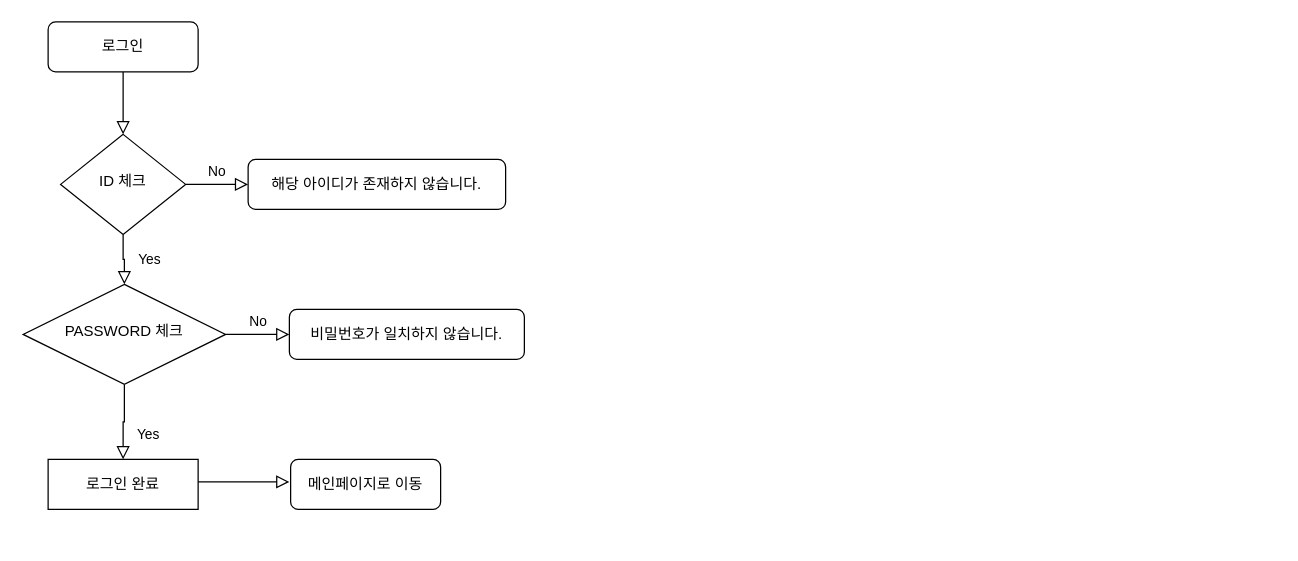
eunjun9/semiproject keeps this draw.io diagram as Diagram_minju.drawio. Above is the earlier version. Source tidied: cells renumbered, new cells numbered last; positions are measured from the earlier drawing's top-left corner, leaving out a move shared by most shapes. Both pictures are drawn from the tidied source at 125%, with x=0, y=0 at pixel (22, 21).
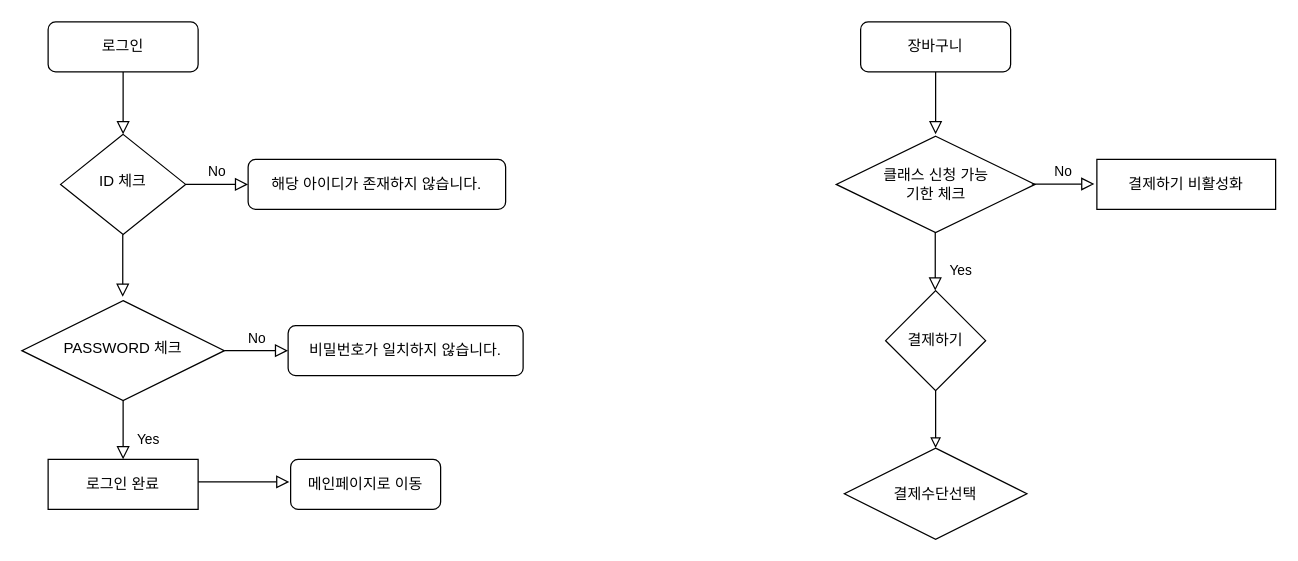
After the change.

The change refers to these unchanged cells:
```xml
<mxCell id="6" value="ID 체크" style="rhombus;whiteSpace=wrap;html=1;shadow=0;fontFamily=Helvetica;fontSize=12;align=center;strokeWidth=1;spacing=6;spacingTop=-4;" parent="1" vertex="1">
  <mxGeometry x="30" y="90" width="100" height="80" as="geometry" />
</mxCell>
```

Change to the diagram source:
```diff
@@
-    <mxCell id="4" value="Yes" style="rounded=0;html=1;jettySize=auto;fontSize=11;endArrow=block;endFill=0;endSize=8;strokeWidth=1;shadow=0;labelBackgroundColor=none;edgeStyle=orthogonalEdgeStyle;" parent="1" edge="1" source="6" target="10">
-      <mxGeometry y="20" relative="1" as="geometry" />
-    </mxCell>
@@
     <mxCell id="10" value="PASSWORD 체크" style="rhombus;whiteSpace=wrap;html=1;shadow=0;fontFamily=Helvetica;fontSize=12;align=center;strokeWidth=1;spacing=6;spacingTop=-4;" parent="1" vertex="1">
-      <mxGeometry y="210" width="162" height="80" as="geometry" />
+      <mxGeometry x="-1" y="223" width="162" height="80" as="geometry" />
     </mxCell>
@@
     <mxCell id="12" value="비밀번호가 일치하지 않습니다." style="rounded=1;whiteSpace=wrap;html=1;fontSize=12;glass=0;strokeWidth=1;shadow=0;" parent="1" vertex="1">
-      <mxGeometry x="213" y="230" width="188" height="40" as="geometry" />
+      <mxGeometry x="212" y="243" width="188" height="40" as="geometry" />
     </mxCell>
@@
+    <mxCell id="15" style="rounded=0;html=1;jettySize=auto;fontSize=11;endArrow=block;endFill=0;endSize=8;strokeWidth=1;shadow=0;labelBackgroundColor=none;edgeStyle=orthogonalEdgeStyle;" parent="1" edge="1" source="16">
+      <mxGeometry relative="1" as="geometry">
+        <mxPoint x="730" y="90" as="targetPoint" />
+      </mxGeometry>
+    </mxCell>
+    <mxCell id="16" value="장바구니" style="rounded=1;whiteSpace=wrap;html=1;fontSize=12;glass=0;strokeWidth=1;shadow=0;" parent="1" vertex="1">
+      <mxGeometry x="670" width="120" height="40" as="geometry" />
+    </mxCell>
+    <mxCell id="17" style="rounded=0;html=1;jettySize=auto;orthogonalLoop=1;fontSize=11;endArrow=block;endFill=0;endSize=8;strokeWidth=1;shadow=0;labelBackgroundColor=none;edgeStyle=orthogonalEdgeStyle;" parent="1" edge="1">
+      <mxGeometry relative="1" as="geometry">
+        <mxPoint x="79.7" y="170" as="sourcePoint" />
+        <mxPoint x="79.7" y="220" as="targetPoint" />
+      </mxGeometry>
+    </mxCell>
+    <mxCell id="4" value="Yes" style="rounded=0;html=1;jettySize=auto;orthogonalLoop=1;fontSize=11;endArrow=block;endFill=0;endSize=8;strokeWidth=1;shadow=0;labelBackgroundColor=none;edgeStyle=orthogonalEdgeStyle;" parent="1" edge="1">
+      <mxGeometry x="0.33" y="20" relative="1" as="geometry">
+        <mxPoint x="729.7" y="168" as="sourcePoint" />
+        <mxPoint x="729.7" y="215" as="targetPoint" />
+      </mxGeometry>
+    </mxCell>
+    <mxCell id="18" style="edgeStyle=orthogonalEdgeStyle;rounded=0;jettySize=auto;html=1;endArrow=block;endFill=0;" parent="1" edge="1" source="19" target="23">
+      <mxGeometry relative="1" as="geometry" />
+    </mxCell>
+    <mxCell id="19" value="결제하기" style="rhombus;whiteSpace=wrap;html=1;rounded=0;" parent="1" vertex="1">
+      <mxGeometry x="690" y="215" width="80" height="80" as="geometry" />
+    </mxCell>
+    <mxCell id="20" value="결제하기 비활성화" style="rounded=0;whiteSpace=wrap;html=1;fontSize=12;glass=0;strokeWidth=1;shadow=0;" parent="1" vertex="1">
+      <mxGeometry x="859" y="110" width="143" height="40" as="geometry" />
+    </mxCell>
+    <mxCell id="21" value="&lt;span&gt;클래스 신청&amp;nbsp;&lt;/span&gt;&lt;span&gt;가능&lt;br&gt;기한 체크&lt;/span&gt;" style="rhombus;whiteSpace=wrap;html=1;rounded=0;" parent="1" vertex="1">
+      <mxGeometry x="650.5" y="91.5" width="159" height="77" as="geometry" />
+    </mxCell>
+    <mxCell id="22" value="No" style="edgeStyle=orthogonalEdgeStyle;rounded=0;html=1;jettySize=auto;orthogonalLoop=1;fontSize=11;endArrow=block;endFill=0;endSize=8;strokeWidth=1;shadow=0;labelBackgroundColor=none;" parent="1" edge="1">
+      <mxGeometry y="10" relative="1" as="geometry">
+        <mxPoint x="807" y="129.7" as="sourcePoint" />
+        <mxPoint x="857" y="129.7" as="targetPoint" />
+      </mxGeometry>
+    </mxCell>
+    <mxCell id="23" value="결제수단선택" style="rhombus;whiteSpace=wrap;html=1;rounded=0;" parent="1" vertex="1">
+      <mxGeometry x="657" y="341" width="146" height="73" as="geometry" />
+    </mxCell>
```
